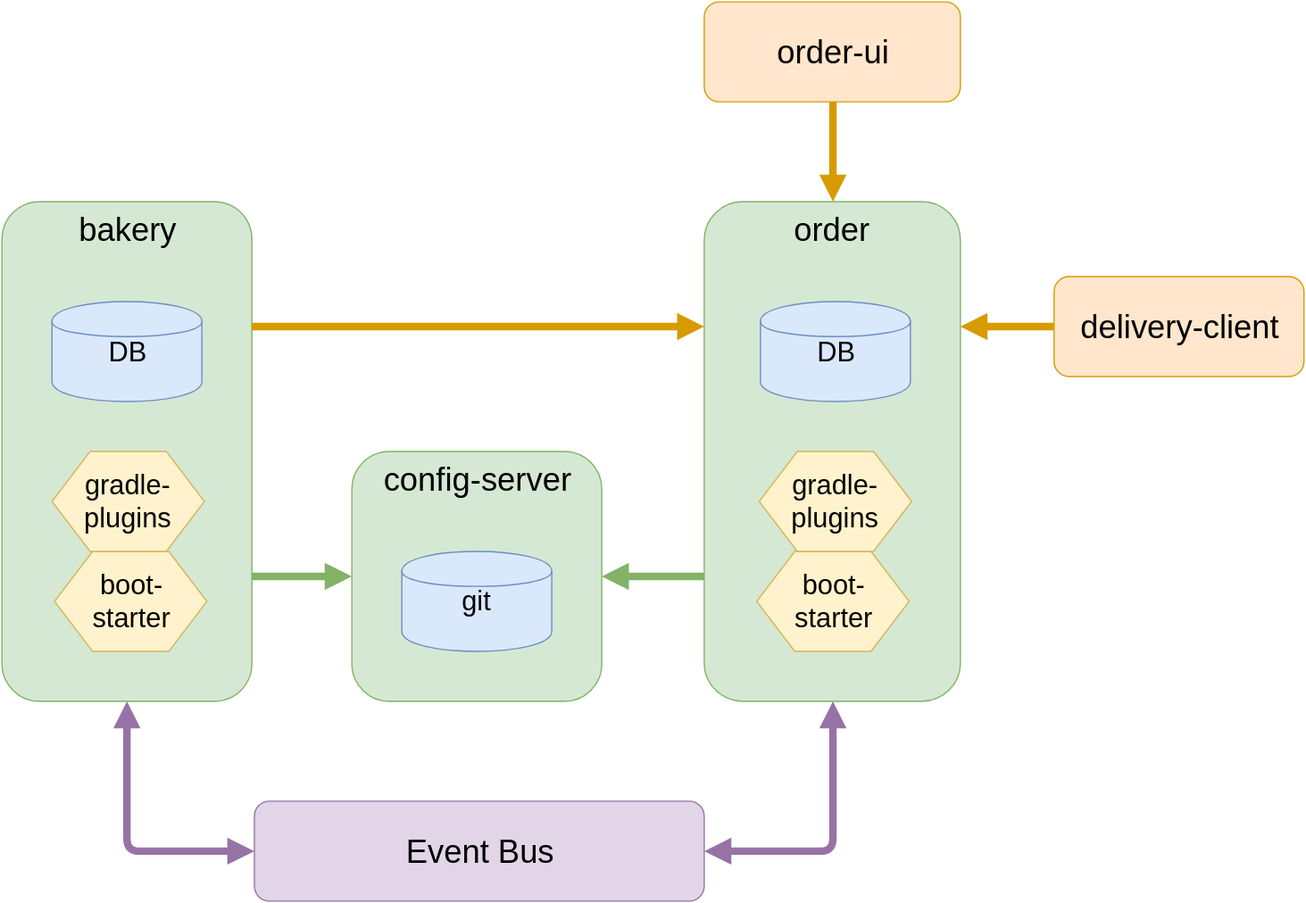
This is pizza-service-intro/img/epizza.svg from pk762/epizza, a draw.io export, as it was before one commit. Source tidied: cells renumbered, new cells last; positions are measured from the earlier drawing's top-left corner, leaving out a move shared by most shapes.
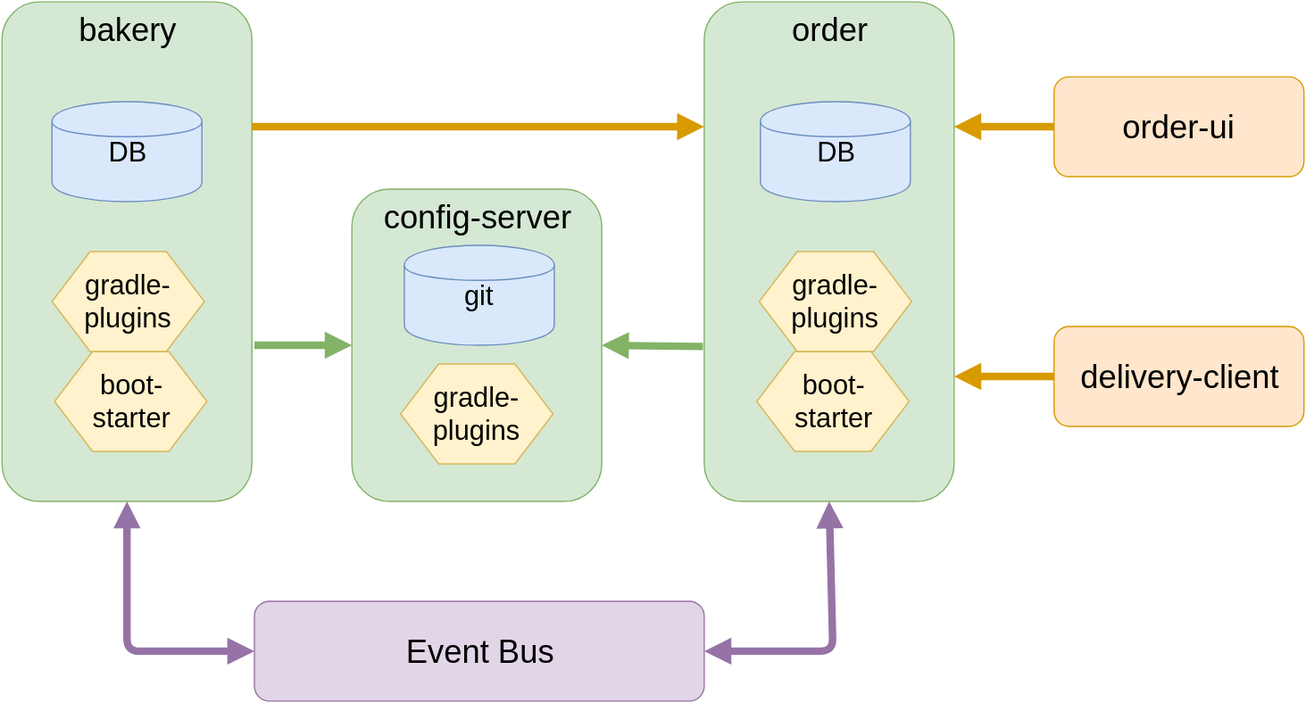
The same diagram one commit later.

The edit, as a diff of the source:
```diff
@@ -9,28 +9,28 @@
       <mxGeometry y="160" width="200" height="400" as="geometry" />
     </mxCell>
     <mxCell id="4" value="order" style="rounded=1;whiteSpace=wrap;html=1;shadow=0;glass=0;fillColor=#d5e8d4;fontSize=26;strokeColor=#82b366;verticalAlign=top;" parent="1" vertex="1">
-      <mxGeometry x="562" y="160" width="205" height="400" as="geometry" />
+      <mxGeometry x="562" y="160" width="200" height="400" as="geometry" />
     </mxCell>
     <mxCell id="5" value="config-server" style="rounded=1;whiteSpace=wrap;html=1;shadow=0;glass=0;fillColor=#d5e8d4;fontSize=26;strokeColor=#82b366;verticalAlign=top;" parent="1" vertex="1">
-      <mxGeometry x="280" y="360" width="200" height="200" as="geometry" />
+      <mxGeometry x="280" y="310" width="200" height="250" as="geometry" />
     </mxCell>
     <mxCell id="6" value="DB" style="shape=cylinder;whiteSpace=wrap;html=1;shadow=0;glass=0;fillColor=#dae8fc;fontSize=22;strokeColor=#6c8ebf;verticalAlign=middle;" parent="1" vertex="1">
       <mxGeometry x="40" y="240" width="120" height="80" as="geometry" />
     </mxCell>
     <mxCell id="7" value="git" style="shape=cylinder;whiteSpace=wrap;html=1;shadow=0;glass=0;fillColor=#dae8fc;fontSize=22;strokeColor=#6c8ebf;verticalAlign=middle;" parent="1" vertex="1">
-      <mxGeometry x="320" y="440" width="120" height="80" as="geometry" />
+      <mxGeometry x="322" y="355" width="120" height="80" as="geometry" />
     </mxCell>
     <mxCell id="8" value="DB" style="shape=cylinder;whiteSpace=wrap;html=1;shadow=0;glass=0;fillColor=#dae8fc;fontSize=22;strokeColor=#6c8ebf;verticalAlign=middle;" parent="1" vertex="1">
       <mxGeometry x="607" y="240" width="120" height="80" as="geometry" />
     </mxCell>
     <mxCell id="9" value="order-ui" style="rounded=1;whiteSpace=wrap;html=1;shadow=0;glass=0;fillColor=#ffe6cc;fontSize=26;strokeColor=#d79b00;" parent="1" vertex="1">
-      <mxGeometry x="562" width="205" height="80" as="geometry" />
+      <mxGeometry x="842" y="220" width="200" height="80" as="geometry" />
     </mxCell>
     <mxCell id="10" value="boot-&lt;br&gt;starter" style="shape=hexagon;perimeter=hexagonPerimeter;whiteSpace=wrap;html=1;shadow=0;glass=0;fillColor=#fff2cc;fontSize=22;strokeColor=#d6b656;" parent="1" vertex="1">
       <mxGeometry x="42" y="440" width="122" height="80" as="geometry" />
     </mxCell>
     <mxCell id="11" value="delivery-client" style="rounded=1;whiteSpace=wrap;html=1;shadow=0;glass=0;fillColor=#ffe6cc;fontSize=26;strokeColor=#d79b00;" parent="1" vertex="1">
-      <mxGeometry x="842" y="220" width="200" height="80" as="geometry" />
+      <mxGeometry x="842" y="420" width="200" height="80" as="geometry" />
     </mxCell>
     <mxCell id="12" value="gradle-plugins" style="shape=hexagon;perimeter=hexagonPerimeter;whiteSpace=wrap;html=1;shadow=0;glass=0;fillColor=#fff2cc;fontSize=22;strokeColor=#d6b656;" parent="1" vertex="1">
       <mxGeometry x="40" y="360" width="122" height="80" as="geometry" />
@@ -55,20 +55,26 @@
         </Array>
       </mxGeometry>
     </mxCell>
-    <mxCell id="17" style="endArrow=block;html=1;shadow=0;strokeWidth=6;fontSize=22;exitX=1;exitY=0.75;entryX=0;entryY=0.5;fillColor=#d5e8d4;strokeColor=#82b366;endFill=1;" parent="1" edge="1" source="3" target="5">
-      <mxGeometry relative="1" as="geometry" />
+    <mxCell id="17" style="endArrow=block;html=1;shadow=0;strokeWidth=6;fontSize=22;entryX=0;entryY=0.5;fillColor=#d5e8d4;strokeColor=#82b366;endFill=1;" parent="1" edge="1">
+      <mxGeometry relative="1" as="geometry">
+        <mxPoint x="202" y="435" as="sourcePoint" />
+        <mxPoint x="280" y="435" as="targetPoint" />
+      </mxGeometry>
     </mxCell>
-    <mxCell id="18" style="endArrow=block;html=1;shadow=0;strokeWidth=6;fontSize=22;exitX=0;exitY=0.75;entryX=1;entryY=0.5;fillColor=#d5e8d4;strokeColor=#82b366;endFill=1;" parent="1" edge="1" source="4" target="5">
+    <mxCell id="18" style="endArrow=block;html=1;shadow=0;strokeWidth=6;fontSize=22;exitX=-0.005;exitY=0.69;entryX=1;entryY=0.5;fillColor=#d5e8d4;strokeColor=#82b366;endFill=1;exitPerimeter=0;" parent="1" edge="1" source="4" target="5">
       <mxGeometry relative="1" as="geometry" />
     </mxCell>
-    <mxCell id="19" style="endArrow=block;html=1;shadow=0;strokeWidth=6;fontSize=22;exitX=0.5;exitY=1;entryX=0.5;entryY=0;fillColor=#ffe6cc;strokeColor=#d79b00;endFill=1;" parent="1" edge="1" source="9" target="4">
+    <mxCell id="19" style="endArrow=block;html=1;shadow=0;strokeWidth=6;fontSize=22;exitX=0;exitY=0.5;entryX=1;entryY=0.25;fillColor=#ffe6cc;strokeColor=#d79b00;endFill=1;" parent="1" edge="1" source="9" target="4">
       <mxGeometry relative="1" as="geometry" />
     </mxCell>
-    <mxCell id="20" style="endArrow=block;html=1;shadow=0;strokeWidth=6;fontSize=22;exitX=0;exitY=0.5;entryX=1;entryY=0.25;fillColor=#ffe6cc;strokeColor=#d79b00;endFill=1;" parent="1" edge="1" source="11" target="4">
+    <mxCell id="20" style="endArrow=block;html=1;shadow=0;strokeWidth=6;fontSize=22;exitX=0;exitY=0.5;entryX=1;entryY=0.75;fillColor=#ffe6cc;strokeColor=#d79b00;endFill=1;" parent="1" edge="1" source="11" target="4">
       <mxGeometry relative="1" as="geometry" />
     </mxCell>
     <mxCell id="21" style="endArrow=block;html=1;shadow=0;strokeWidth=6;fontSize=22;exitX=1;exitY=0.25;entryX=0;entryY=0.25;fillColor=#ffe6cc;strokeColor=#d79b00;endFill=1;" parent="1" edge="1" source="3" target="4">
       <mxGeometry x="753" y="170" as="geometry" />
     </mxCell>
+    <mxCell id="22" value="gradle-plugins" style="shape=hexagon;perimeter=hexagonPerimeter;whiteSpace=wrap;html=1;shadow=0;glass=0;fillColor=#fff2cc;fontSize=22;strokeColor=#d6b656;" parent="1" vertex="1">
+      <mxGeometry x="319" y="450" width="122" height="80" as="geometry" />
+    </mxCell>
   </root>
 </mxGraphModel>
```
